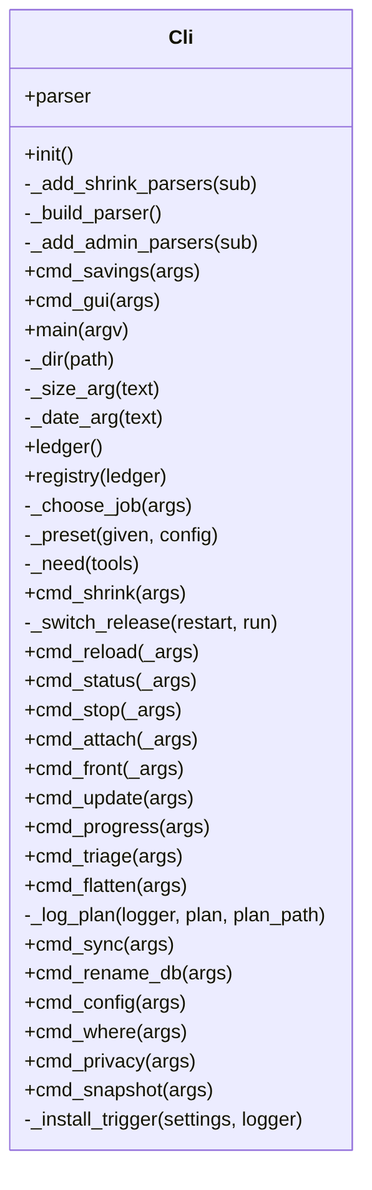
This is docs/img/uml_cli.png from peddanet/mediatools, a Mermaid export, as it was before one commit. Its source is kept beside it as docs/img/uml_cli.mmd. Source of this version:
```mermaid
classDiagram
  direction LR
  class Cli {
    +parser
    +init()
    -_add_shrink_parsers(sub)
    -_build_parser()
    -_add_admin_parsers(sub)
    +cmd_savings(args)
    +cmd_gui(args)
    +main(argv)
    -_dir(path)
    -_size_arg(text)
    -_date_arg(text)
    +ledger()
    +registry(ledger)
    -_choose_job(args)
    -_preset(given, config)
    -_need(tools)
    +cmd_shrink(args)
    -_switch_release(restart, run)
    +cmd_reload(_args)
    +cmd_status(_args)
    +cmd_stop(_args)
    +cmd_attach(_args)
    +cmd_front(_args)
    +cmd_update(args)
    +cmd_progress(args)
    +cmd_triage(args)
    +cmd_flatten(args)
    -_log_plan(logger, plan, plan_path)
    +cmd_sync(args)
    +cmd_rename_db(args)
    +cmd_config(args)
    +cmd_where(args)
    +cmd_privacy(args)
    +cmd_snapshot(args)
    -_install_trigger(settings, logger)
  }
```
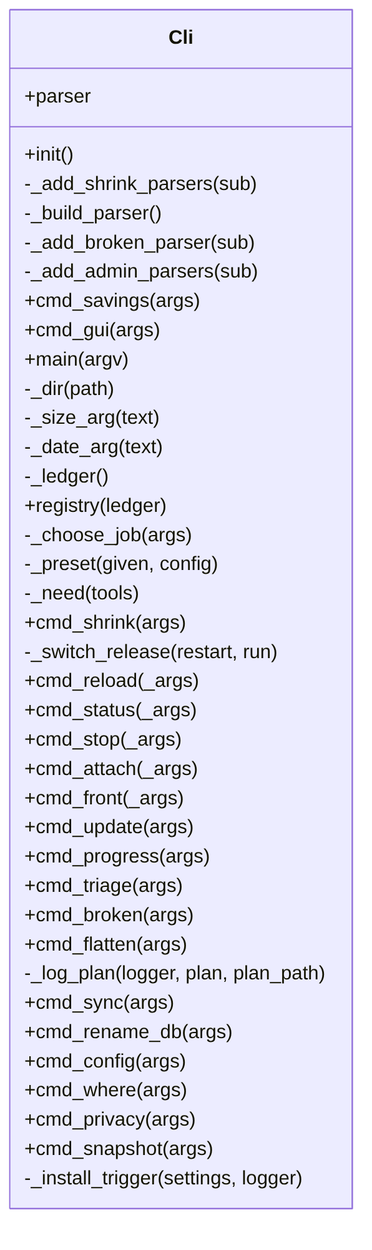
After the commit.

The edit, as a diff of the source:
```diff
@@ -5,6 +5,7 @@
     +init()
     -_add_shrink_parsers(sub)
     -_build_parser()
+    -_add_broken_parser(sub)
     -_add_admin_parsers(sub)
     +cmd_savings(args)
     +cmd_gui(args)
@@ -12,7 +13,7 @@
     -_dir(path)
     -_size_arg(text)
     -_date_arg(text)
-    +ledger()
+    -_ledger()
     +registry(ledger)
     -_choose_job(args)
     -_preset(given, config)
@@ -27,6 +28,7 @@
     +cmd_update(args)
     +cmd_progress(args)
     +cmd_triage(args)
+    +cmd_broken(args)
     +cmd_flatten(args)
     -_log_plan(logger, plan, plan_path)
     +cmd_sync(args)
```
